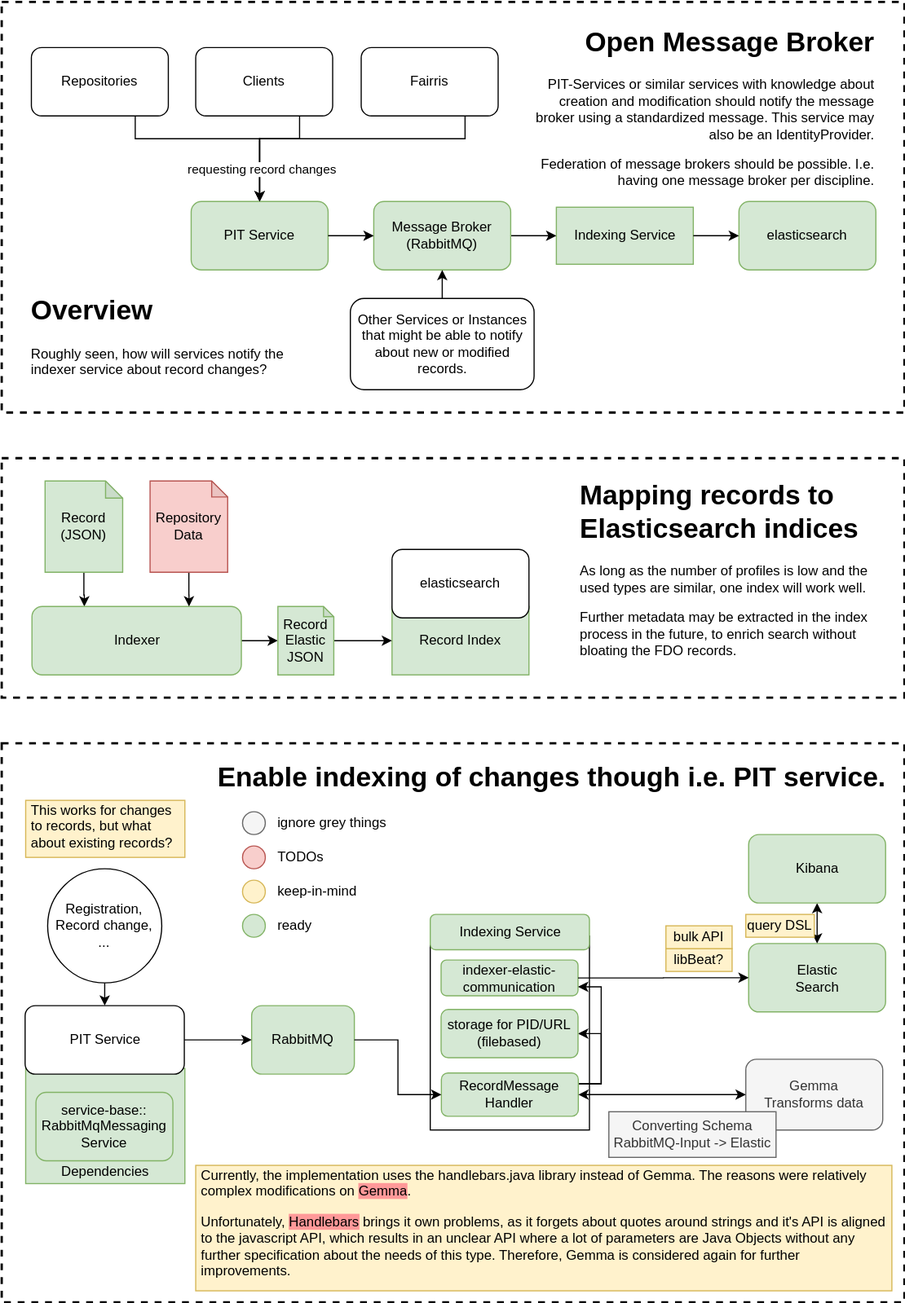
kit-data-manager/testbed4inf keeps this draw.io diagram as documentation/images/usecase_indexing.drawio.svg. Above is the earlier version. Source tidied: cells renumbered, new cells last; positions are measured from the earlier drawing's top-left corner, leaving out a move shared by most shapes.
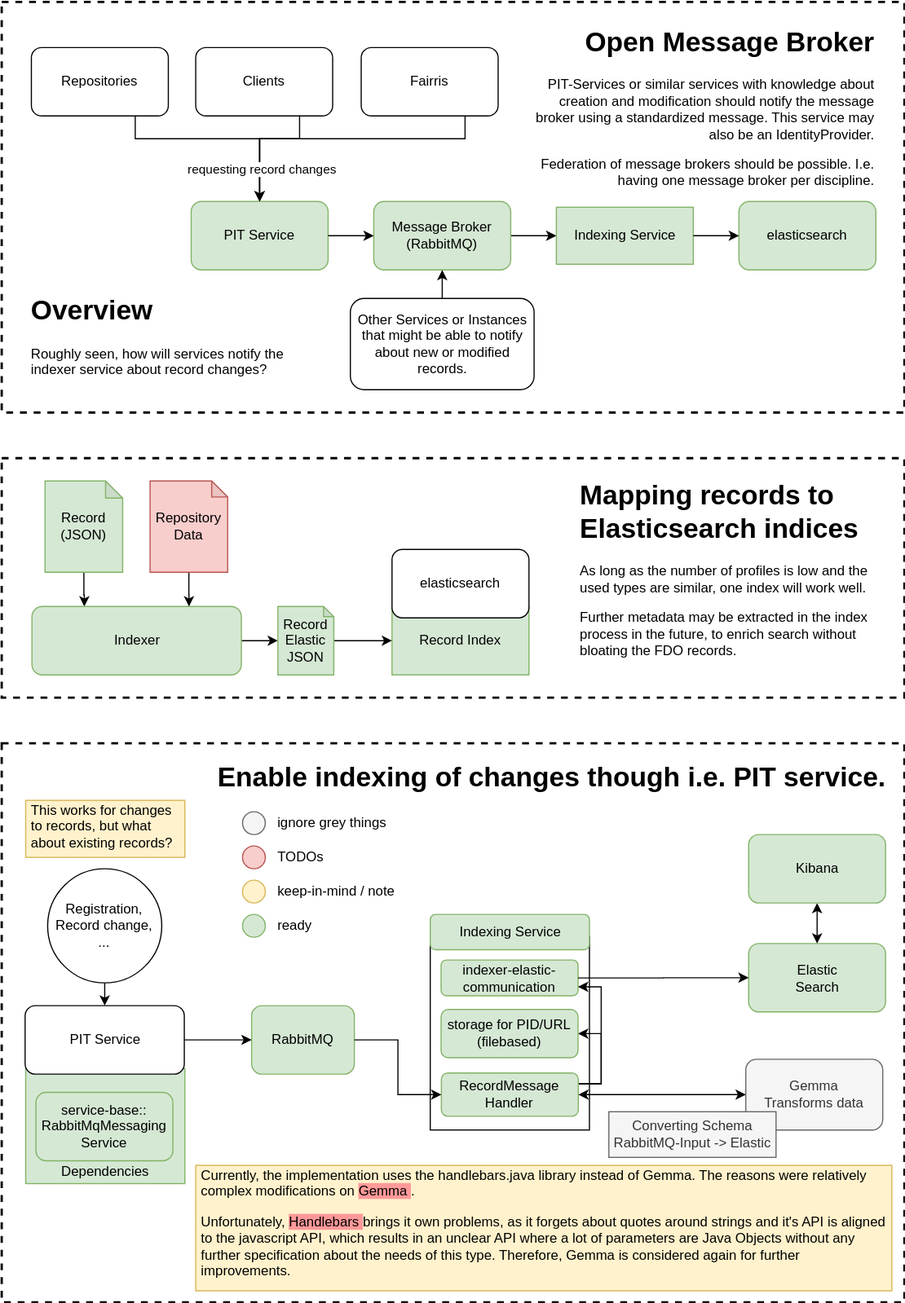
The same diagram one commit later.

Commit message:
Docs: Formatting and small adjustments.

What changed in the source:
```diff
@@ -47,15 +47,6 @@
     <mxCell id="16" value="Gemma&lt;br&gt;Transforms data" style="rounded=1;whiteSpace=wrap;html=1;fillColor=#f5f5f5;strokeColor=#666666;fontColor=#333333;" parent="2" vertex="1">
       <mxGeometry x="652" y="277" width="120" height="62" as="geometry" />
     </mxCell>
-    <mxCell id="17" value="libBeat?" style="rounded=0;whiteSpace=wrap;html=1;rotation=0;fillColor=#fff2cc;strokeColor=#d6b656;" parent="2" vertex="1">
-      <mxGeometry x="582" y="180" width="58" height="20" as="geometry" />
-    </mxCell>
-    <mxCell id="18" value="bulk API" style="rounded=0;whiteSpace=wrap;html=1;rotation=0;fillColor=#fff2cc;strokeColor=#d6b656;" parent="2" vertex="1">
-      <mxGeometry x="582" y="160" width="58" height="20" as="geometry" />
-    </mxCell>
-    <mxCell id="19" value="query DSL" style="rounded=0;whiteSpace=wrap;html=1;rotation=0;fillColor=#fff2cc;strokeColor=#d6b656;" parent="2" vertex="1">
-      <mxGeometry x="652" y="150" width="60" height="20" as="geometry" />
-    </mxCell>
     <mxCell id="20" value="&lt;h1&gt;Enable indexing of changes though i.e. PIT service.&lt;/h1&gt;" style="text;html=1;strokeColor=none;fillColor=none;spacing=5;spacingTop=-20;whiteSpace=wrap;overflow=hidden;rounded=0;comic=0;align=right;" parent="2" vertex="1">
       <mxGeometry x="30" y="10" width="750" height="40" as="geometry" />
     </mxCell>
@@ -75,19 +66,19 @@
       <mxGeometry x="29" width="99" height="20" as="geometry" />
     </mxCell>
     <mxCell id="26" style="group;" parent="2" vertex="1">
-      <mxGeometry x="211" y="120" width="128" height="20" as="geometry" />
+      <mxGeometry x="211" y="120" width="150" height="20" as="geometry" />
     </mxCell>
     <mxCell id="27" style="group;" parent="26" vertex="1">
-      <mxGeometry width="128" height="20" as="geometry" />
+      <mxGeometry width="150" height="20" as="geometry" />
     </mxCell>
     <mxCell id="28" style="group;" parent="27" vertex="1">
-      <mxGeometry width="128" height="20" as="geometry" />
+      <mxGeometry width="150" height="20" as="geometry" />
     </mxCell>
     <mxCell id="29" style="ellipse;whiteSpace=wrap;html=1;fillColor=#fff2cc;strokeColor=#d6b656;" parent="28" vertex="1">
       <mxGeometry width="20" height="20" as="geometry" />
     </mxCell>
-    <mxCell id="30" value="keep-in-mind" style="text;html=1;strokeColor=none;fillColor=none;align=left;verticalAlign=middle;whiteSpace=wrap;rounded=0;" parent="28" vertex="1">
-      <mxGeometry x="29" width="99" height="20" as="geometry" />
+    <mxCell id="30" value="keep-in-mind / note" style="text;html=1;strokeColor=none;fillColor=none;align=left;verticalAlign=middle;whiteSpace=wrap;rounded=0;" parent="28" vertex="1">
+      <mxGeometry x="29" width="121" height="20" as="geometry" />
     </mxCell>
     <mxCell id="31" style="group;" parent="2" vertex="1">
       <mxGeometry x="211" y="150" width="128" height="20" as="geometry" />
```
